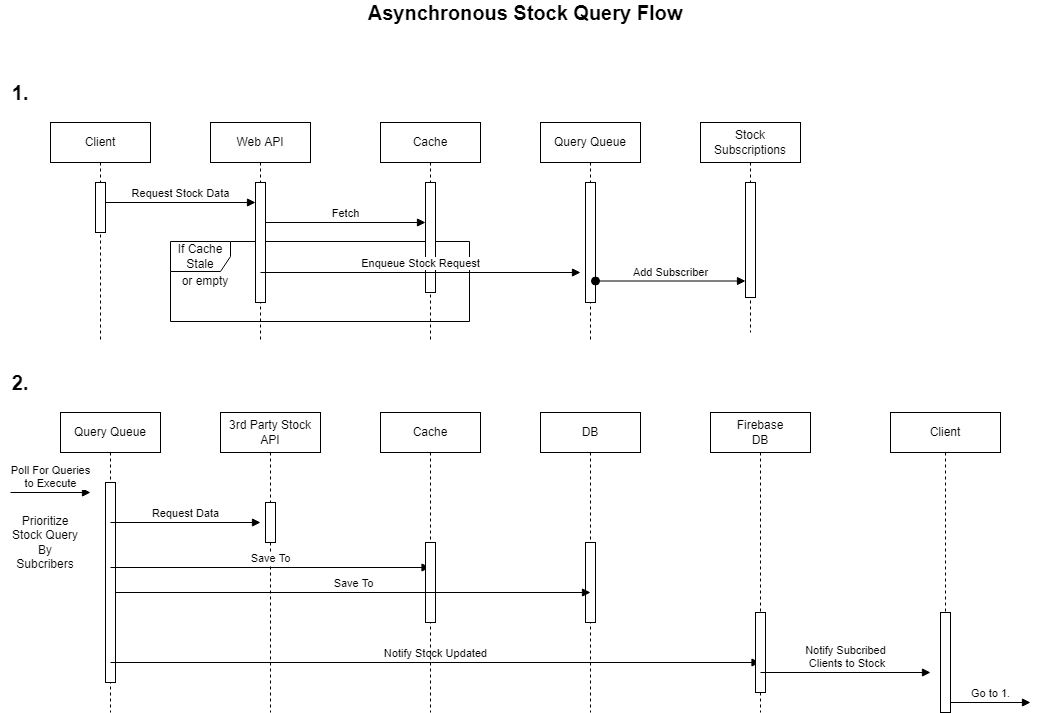
Above: FomoAPI/Docs/Asynchronous Stock Query Flow.drawio.png in GaryHuang501/Fomo (draw.io), before the change. Source tidied: cells renumbered, new cells last; positions are measured from the earlier drawing's top-left corner, leaving out a move shared by most shapes.
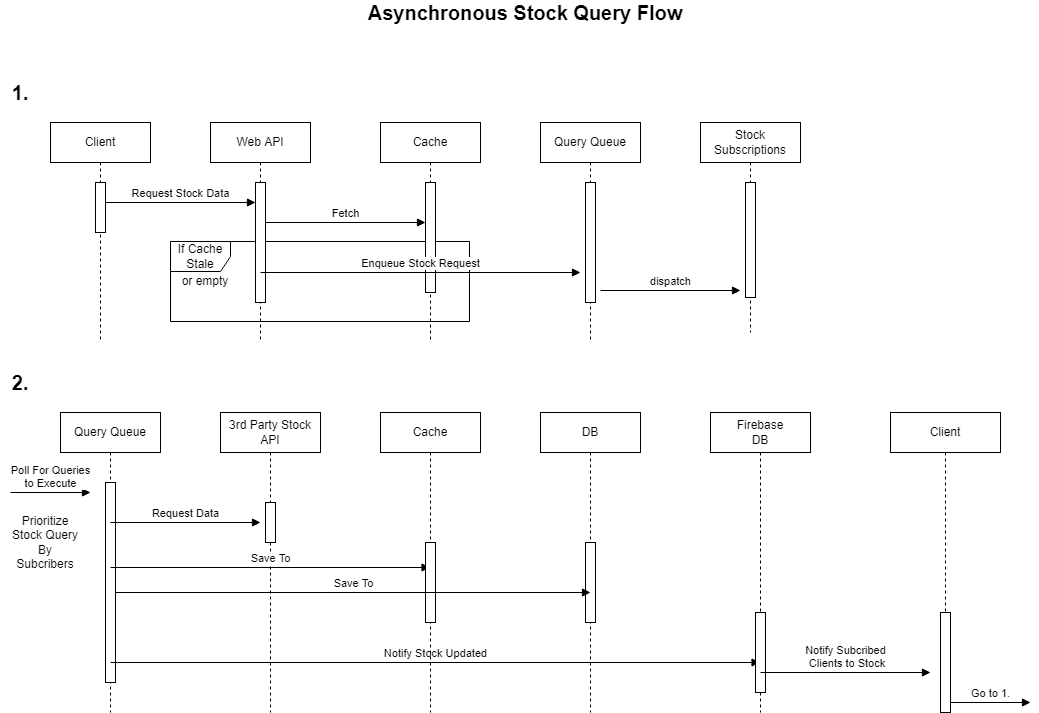
The same diagram one commit later.

Commit message:
Change arrow in diagram for consistency

What changed in the source:
```diff
@@ -143,11 +143,11 @@
     <mxCell id="39" style="html=1;perimeter=orthogonalPerimeter;" parent="38" vertex="1">
       <mxGeometry x="45" y="60" width="10" height="115" as="geometry" />
     </mxCell>
-    <mxCell id="40" value="Add Subscriber" style="html=1;verticalAlign=bottom;startArrow=oval;startFill=1;endArrow=block;startSize=8;rounded=0;" parent="38" edge="1">
-      <mxGeometry relative="1" as="geometry">
-        <mxPoint x="-105" y="158.5" as="sourcePoint" />
-        <mxPoint x="45" y="158.5" as="targetPoint" />
-      </mxGeometry>
-    </mxCell>
+    <mxCell id="41" value="dispatch" style="html=1;verticalAlign=bottom;endArrow=block;rounded=0;" parent="1" edge="1">
+      <mxGeometry relative="1" as="geometry">
+        <mxPoint x="600" y="288" as="sourcePoint" />
+        <mxPoint x="740" y="288" as="targetPoint" />
+      </mxGeometry>
+    </mxCell>
   </root>
 </mxGraphModel>
```
